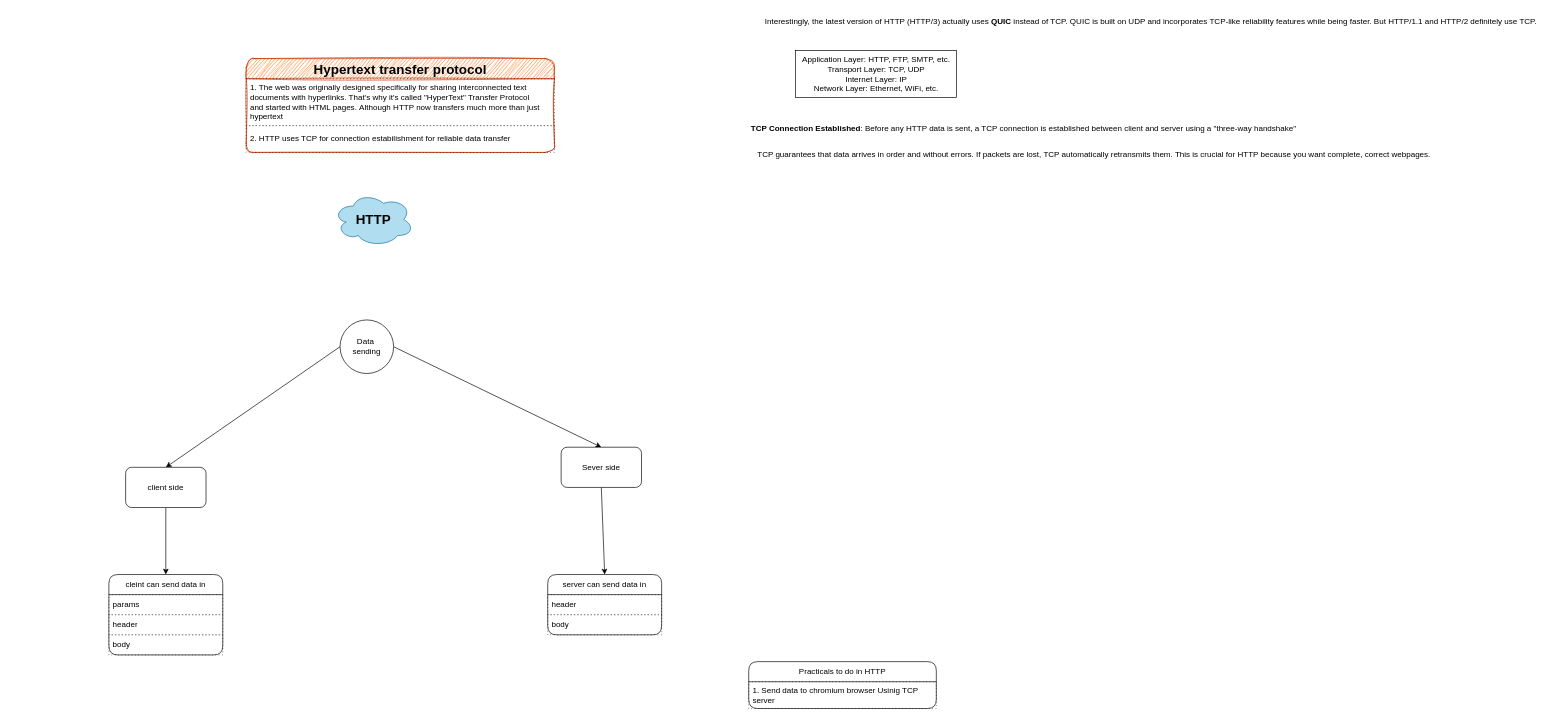
Before: computer-networking/protocols/hypertext-transfer-protocol/http.dio in knkrn5/Programming-Concepts, a draw.io diagram. Source tidied: cells renumbered, new cells numbered last; positions are measured from the earlier drawing's top-left corner, leaving out a move shared by most shapes. Both pictures are drawn from the tidied source at 67%, with x=0, y=0 at pixel (109, 11).
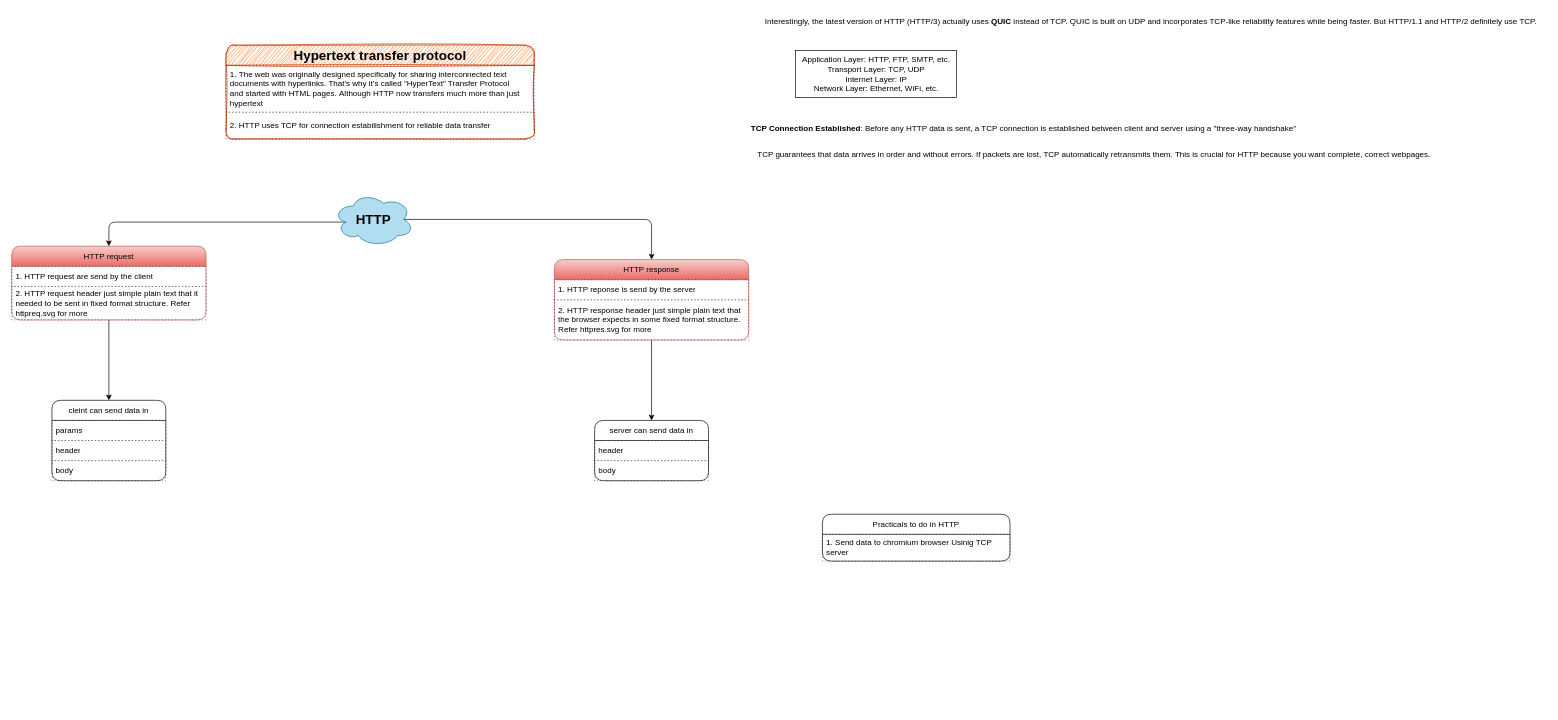
Above is the later version.

Commit message (it also covers changes not shown here):
Refactor code structure for improved readability and maintainability

Unchanged cells that the change refers to:
```xml
<mxCell id="2" value="&lt;b&gt;&lt;font style=&quot;font-size: 20px;&quot;&gt;HTTP&lt;/font&gt;&lt;/b&gt;" style="ellipse;shape=cloud;whiteSpace=wrap;html=1;fillColor=#b1ddf0;strokeColor=#10739e;" parent="1" vertex="1">
  <mxGeometry x="335" y="270" width="120" height="80" as="geometry" />
</mxCell>
```

Change to the diagram source:
```diff
@@
+    <mxCell id="26" style="edgeStyle=orthogonalEdgeStyle;html=1;exitX=0.16;exitY=0.55;exitDx=0;exitDy=0;exitPerimeter=0;entryX=0.5;entryY=0;entryDx=0;entryDy=0;flowAnimation=1;" parent="1" edge="1" source="2" target="28">
+      <mxGeometry relative="1" as="geometry" />
+    </mxCell>
+    <mxCell id="27" style="edgeStyle=orthogonalEdgeStyle;html=1;exitX=0.875;exitY=0.5;exitDx=0;exitDy=0;exitPerimeter=0;entryX=0.5;entryY=0;entryDx=0;entryDy=0;flowAnimation=1;" parent="1" edge="1" source="2" target="31">
+      <mxGeometry relative="1" as="geometry" />
+    </mxCell>
@@
     <mxCell id="3" value="&lt;b&gt;&lt;font style=&quot;font-size: 20px;&quot;&gt;Hypertext transfer protocol&lt;/font&gt;&lt;/b&gt;" style="swimlane;fontStyle=0;horizontal=1;startSize=30;whiteSpace=wrap;html=1;rounded=1;fillColor=#fa6800;fontColor=#000000;strokeColor=#C73500;sketch=1;curveFitting=1;jiggle=2;" parent="1" vertex="1">
-      <mxGeometry x="205" y="70" width="460" height="140" as="geometry" />
+      <mxGeometry x="175" y="50" width="460" height="140" as="geometry" />
     </mxCell>
@@
-    <mxCell id="10" style="edgeStyle=none;html=1;exitX=0;exitY=0.5;exitDx=0;exitDy=0;entryX=0.5;entryY=0;entryDx=0;entryDy=0;" parent="1" edge="1" source="12" target="14">
-      <mxGeometry relative="1" as="geometry" />
-    </mxCell>
-    <mxCell id="11" style="edgeStyle=none;html=1;exitX=1;exitY=0.5;exitDx=0;exitDy=0;entryX=0.5;entryY=0;entryDx=0;entryDy=0;" parent="1" edge="1" source="12" target="16">
-      <mxGeometry relative="1" as="geometry" />
-    </mxCell>
-    <mxCell id="12" value="Data&amp;nbsp;&lt;div&gt;sending&lt;/div&gt;" style="ellipse;whiteSpace=wrap;html=1;" parent="1" vertex="1">
-      <mxGeometry x="345" y="460" width="80" height="80" as="geometry" />
-    </mxCell>
-    <mxCell id="13" style="edgeStyle=none;html=1;exitX=0.5;exitY=1;exitDx=0;exitDy=0;entryX=0.5;entryY=0;entryDx=0;entryDy=0;" parent="1" edge="1" source="14" target="17">
+    <mxCell id="13" style="edgeStyle=none;html=1;exitX=0.5;exitY=1;exitDx=0;exitDy=0;entryX=0.5;entryY=0;entryDx=0;entryDy=0;" parent="1" edge="1" source="28" target="17">
       <mxGeometry relative="1" as="geometry" />
     </mxCell>
-    <mxCell id="14" value="client side" style="rounded=1;whiteSpace=wrap;html=1;" parent="1" vertex="1">
-      <mxGeometry x="25" y="680" width="120" height="60" as="geometry" />
-    </mxCell>
-    <mxCell id="15" style="edgeStyle=none;html=1;exitX=0.5;exitY=1;exitDx=0;exitDy=0;entryX=0.5;entryY=0;entryDx=0;entryDy=0;" parent="1" edge="1" source="16" target="21">
+    <mxCell id="15" style="edgeStyle=none;html=1;exitX=0.5;exitY=1;exitDx=0;exitDy=0;entryX=0.5;entryY=0;entryDx=0;entryDy=0;" parent="1" edge="1" source="31" target="21">
       <mxGeometry relative="1" as="geometry" />
     </mxCell>
-    <mxCell id="16" value="Sever side" style="rounded=1;whiteSpace=wrap;html=1;" parent="1" vertex="1">
-      <mxGeometry x="675" y="650" width="120" height="60" as="geometry" />
-    </mxCell>
     <mxCell id="17" value="cleint can send data in" style="swimlane;fontStyle=0;horizontal=1;startSize=30;whiteSpace=wrap;html=1;rounded=1;" parent="1" vertex="1">
-      <mxGeometry y="840" width="170" height="120" as="geometry" />
+      <mxGeometry x="-85" y="580" width="170" height="120" as="geometry" />
     </mxCell>
@@
     <mxCell id="21" value="server can send data in" style="swimlane;fontStyle=0;horizontal=1;startSize=30;whiteSpace=wrap;html=1;rounded=1;" parent="1" vertex="1">
-      <mxGeometry x="655" y="840" width="170" height="90" as="geometry" />
+      <mxGeometry x="725" y="610" width="170" height="90" as="geometry" />
     </mxCell>
@@
     <mxCell id="24" value="Practicals to do in HTTP" style="swimlane;fontStyle=0;horizontal=1;startSize=30;whiteSpace=wrap;html=1;rounded=1;fillColor=light-dark(#FFFFFF,#CC0000);" parent="1" vertex="1">
-      <mxGeometry x="955" y="970" width="280" height="70" as="geometry" />
+      <mxGeometry x="1065" y="750" width="280" height="70" as="geometry" />
     </mxCell>
@@
+    <mxCell id="28" value="HTTP request" style="swimlane;fontStyle=0;horizontal=1;startSize=30;whiteSpace=wrap;html=1;rounded=1;fillColor=#f8cecc;gradientColor=#ea6b66;strokeColor=#b85450;" parent="1" vertex="1">
+      <mxGeometry x="-145" y="350" width="290" height="110" as="geometry" />
+    </mxCell>
+    <mxCell id="29" value="1. HTTP request are send by the client" style="text;strokeColor=default;fillColor=none;align=left;verticalAlign=middle;spacingLeft=4;spacingRight=4;overflow=hidden;whiteSpace=wrap;html=1;dashed=1;dashPattern=1 4;" parent="28" vertex="1">
+      <mxGeometry y="30" width="290" height="30" as="geometry" />
+    </mxCell>
+    <mxCell id="30" value="2. HTTP request header just simple plain text that it needed to be sent in fixed format structure. Refer &lt;span style=&quot;background-color: light-dark(rgb(255, 255, 255), rgb(255, 0, 255));&quot;&gt;&lt;font style=&quot;color: light-dark(rgb(0, 0, 0), rgb(0, 0, 0));&quot;&gt;httpreq.svg&lt;/font&gt;&lt;/span&gt; for more" style="text;strokeColor=default;fillColor=none;align=left;verticalAlign=middle;spacingLeft=4;spacingRight=4;overflow=hidden;whiteSpace=wrap;html=1;dashed=1;dashPattern=1 4;" parent="28" vertex="1">
+      <mxGeometry y="60" width="290" height="50" as="geometry" />
+    </mxCell>
+    <mxCell id="31" value="HTTP response" style="swimlane;fontStyle=0;horizontal=1;startSize=30;whiteSpace=wrap;html=1;rounded=1;fillColor=#f8cecc;gradientColor=#ea6b66;strokeColor=#b85450;" parent="1" vertex="1">
+      <mxGeometry x="665" y="370" width="290" height="120" as="geometry" />
+    </mxCell>
+    <mxCell id="32" value="1. HTTP reponse is send by the server" style="text;strokeColor=default;fillColor=none;align=left;verticalAlign=middle;spacingLeft=4;spacingRight=4;overflow=hidden;whiteSpace=wrap;html=1;dashed=1;dashPattern=1 4;" parent="31" vertex="1">
+      <mxGeometry y="30" width="290" height="30" as="geometry" />
+    </mxCell>
+    <mxCell id="33" value="2. HTTP response header just simple plain text that the browser expects in some fixed format structure. Refer &lt;span style=&quot;background-color: light-dark(rgb(255, 255, 255), rgb(255, 0, 255));&quot;&gt;&lt;font style=&quot;color: light-dark(rgb(0, 0, 0), rgb(0, 0, 0));&quot;&gt;httpres.svg&lt;/font&gt;&lt;/span&gt; for more" style="text;strokeColor=default;fillColor=none;align=left;verticalAlign=middle;spacingLeft=4;spacingRight=4;overflow=hidden;whiteSpace=wrap;html=1;dashed=1;dashPattern=1 4;" parent="31" vertex="1">
+      <mxGeometry y="60" width="290" height="60" as="geometry" />
+    </mxCell>
```
